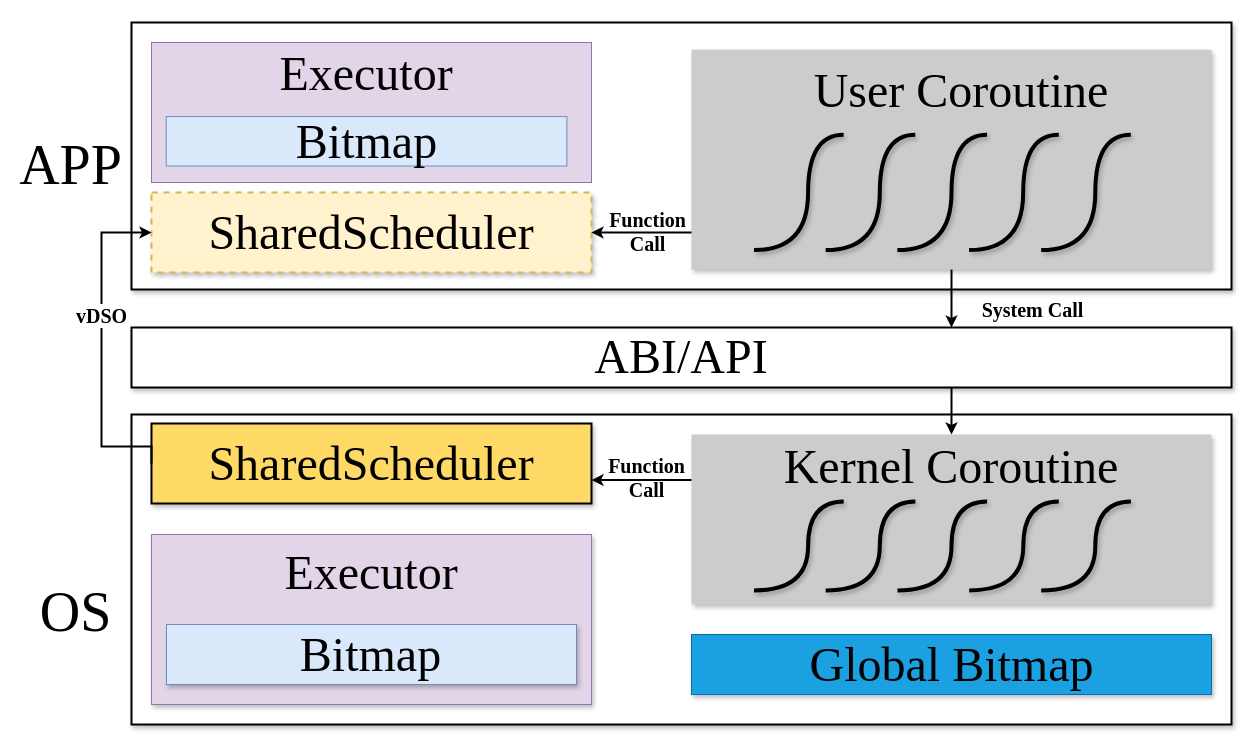
This is Article/assets/arch.drawio from zflcs/SharedScheduler, a draw.io file, before an edit. Source tidied: cells renumbered, new cells numbered last; positions are measured from the earlier drawing's top-left corner, leaving out a move shared by most shapes. Both pictures are drawn from the tidied source at 100%, with x=0, y=0 at pixel (21, 22).
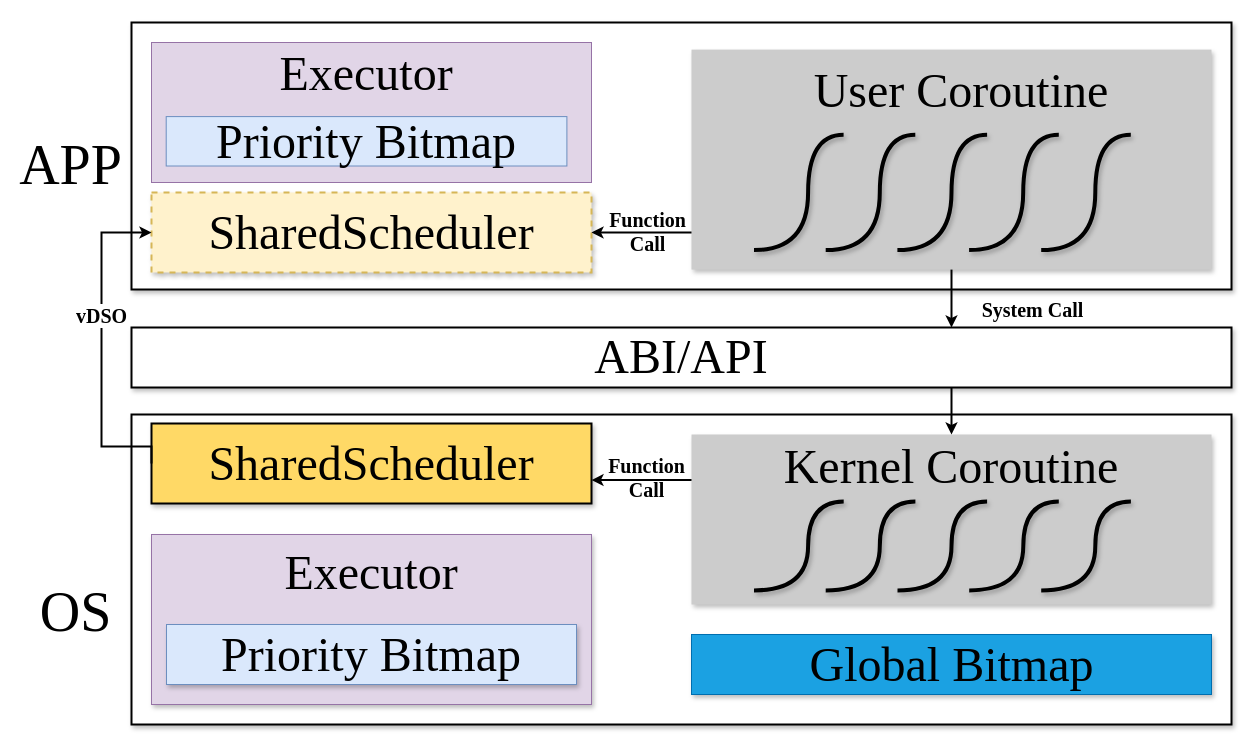
The same diagram, later.

The change refers to these unchanged cells:
```xml
<mxCell id="12" style="group;shadow=1;fontFamily=Times New Roman;" parent="9" vertex="1">
  <mxGeometry x="15" y="90" width="410" height="60" as="geometry" />
</mxCell>
<mxCell id="30" style="group;fontFamily=Times New Roman;" parent="27" vertex="1">
  <mxGeometry x="14.7" y="74.1" width="400.7" height="49.4" as="geometry" />
</mxCell>
```

Change to the diagram source:
```diff
@@
-    <mxCell id="14" value="&lt;font&gt;&lt;span style=&quot;font-size: 48px;&quot;&gt;Bitmap&lt;/span&gt;&lt;/font&gt;" style="text;strokeColor=none;align=center;fillColor=none;html=1;verticalAlign=middle;whiteSpace=wrap;rounded=0;strokeWidth=1;shadow=1;fontFamily=Times New Roman;" parent="12" vertex="1">
-      <mxGeometry x="150.4" y="13.6" width="109.1" height="32.7" as="geometry" />
+    <mxCell id="14" value="&lt;font&gt;&lt;span style=&quot;font-size: 48px;&quot;&gt;Priority Bitmap&lt;/span&gt;&lt;/font&gt;" style="text;strokeColor=none;align=center;fillColor=none;html=1;verticalAlign=middle;whiteSpace=wrap;rounded=0;strokeWidth=1;shadow=1;fontFamily=Times New Roman;" parent="12" vertex="1">
+      <mxGeometry y="13.6" width="410" height="32.7" as="geometry" />
     </mxCell>
@@
-    <mxCell id="32" value="&lt;font&gt;&lt;span style=&quot;font-size: 48px;&quot;&gt;Bitmap&lt;/span&gt;&lt;/font&gt;" style="text;strokeColor=none;align=center;fillColor=none;html=1;verticalAlign=middle;whiteSpace=wrap;rounded=0;strokeWidth=1;fontFamily=Times New Roman;" parent="30" vertex="1">
-      <mxGeometry x="147" y="11.2" width="106.7" height="27" as="geometry" />
+    <mxCell id="32" value="&lt;font&gt;&lt;span style=&quot;font-size: 48px;&quot;&gt;Priority Bitmap&lt;/span&gt;&lt;/font&gt;" style="text;strokeColor=none;align=center;fillColor=none;html=1;verticalAlign=middle;whiteSpace=wrap;rounded=0;strokeWidth=1;fontFamily=Times New Roman;" parent="30" vertex="1">
+      <mxGeometry y="11.2" width="400" height="26.9" as="geometry" />
     </mxCell>
```
